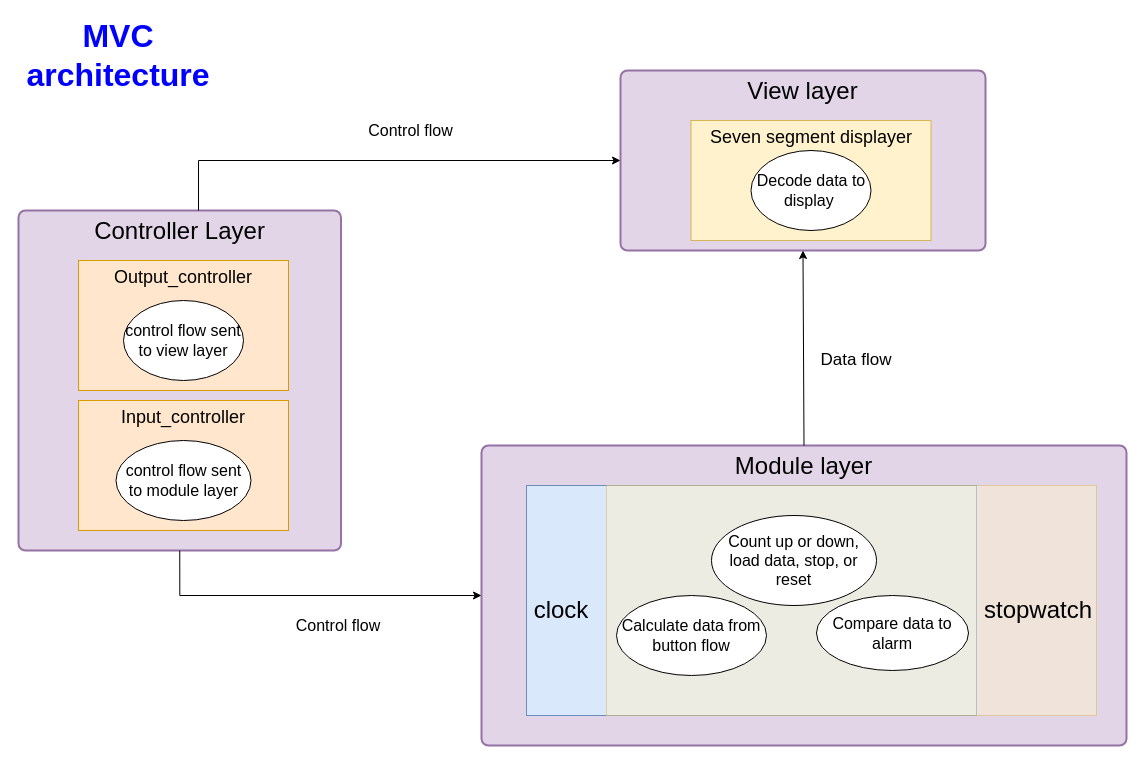
Above: Diagrams/Assignment1_system_architecture.drawio in 1102131860/EEE339 (draw.io), before the change. Source tidied: cells renumbered, new cells numbered last; positions are measured from the earlier drawing's top-left corner, leaving out a move shared by most shapes. Both pictures are drawn from the tidied source at 100%, with x=0, y=0 at pixel (18, 20).
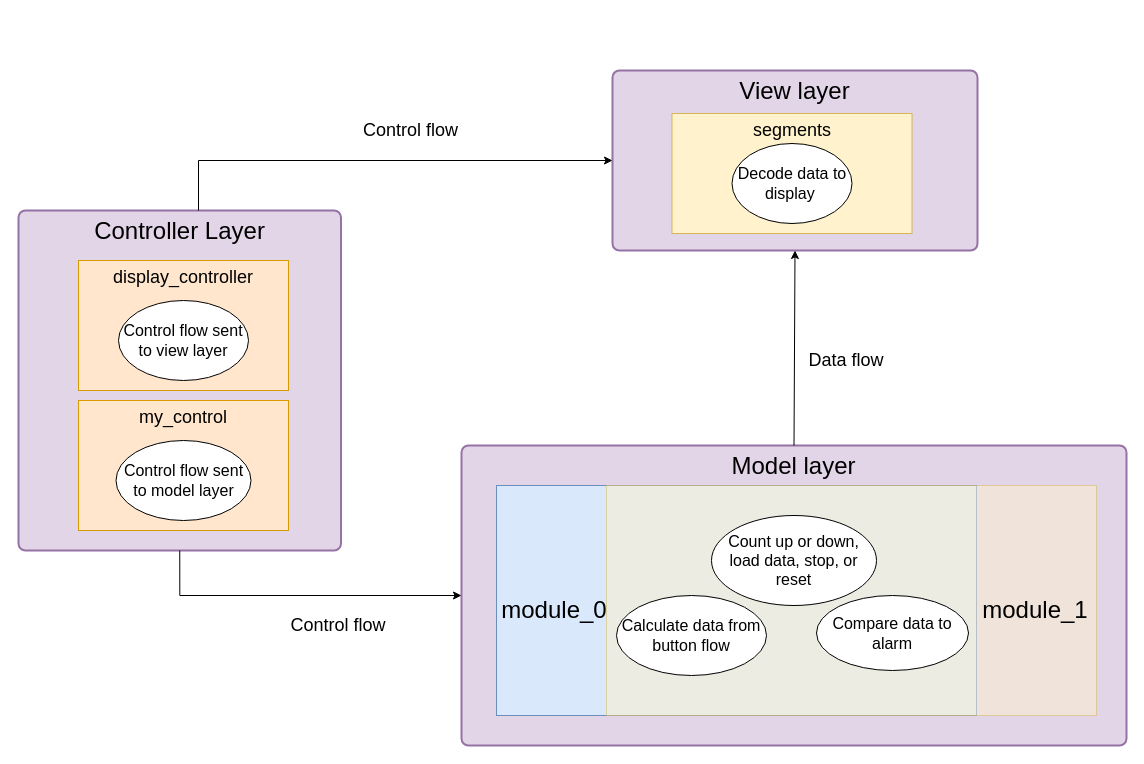
The same page after the edit.

The change refers to these unchanged cells:
```xml
<mxCell id="5" style="group;" parent="1" vertex="1">
  <mxGeometry x="60" y="380" width="210" height="130" as="geometry" />
</mxCell>
<mxCell id="8" style="group;" parent="1" vertex="1">
  <mxGeometry x="60" y="240" width="210" height="130" as="geometry" />
</mxCell>
<mxCell id="11" style="group;" parent="1" vertex="1">
  <mxGeometry x="498" y="465" width="580" height="230" as="geometry" />
</mxCell>
```

Diff of the diagram source:
```diff
@@
-    <mxCell id="3" value="&lt;font style=&quot;font-size: 24px;&quot;&gt;Module layer&lt;/font&gt;" style="rounded=1;whiteSpace=wrap;html=1;absoluteArcSize=1;arcSize=14;strokeWidth=2;verticalAlign=top;fillColor=#e1d5e7;strokeColor=#9673a6;" parent="1" vertex="1">
-      <mxGeometry x="463" y="425" width="645" height="300" as="geometry" />
+    <mxCell id="3" value="&lt;font style=&quot;font-size: 24px;&quot;&gt;Model layer&lt;/font&gt;" style="rounded=1;whiteSpace=wrap;html=1;absoluteArcSize=1;arcSize=14;strokeWidth=2;verticalAlign=top;fillColor=#e1d5e7;strokeColor=#9673a6;" parent="1" vertex="1">
+      <mxGeometry x="443" y="425" width="665" height="300" as="geometry" />
     </mxCell>
     <mxCell id="4" value="&lt;font style=&quot;font-size: 24px;&quot;&gt;View layer&lt;/font&gt;" style="rounded=1;whiteSpace=wrap;html=1;absoluteArcSize=1;arcSize=14;strokeWidth=2;verticalAlign=top;fillColor=#e1d5e7;strokeColor=#9673a6;" parent="1" vertex="1">
-      <mxGeometry x="602" y="50" width="365" height="180" as="geometry" />
+      <mxGeometry x="594" y="50" width="365" height="180" as="geometry" />
     </mxCell>
@@
-    <mxCell id="6" value="&lt;font style=&quot;font-size: 18px;&quot;&gt;Input_controller&lt;/font&gt;" style="rounded=0;whiteSpace=wrap;html=1;verticalAlign=top;fillColor=#ffe6cc;strokeColor=#d79b00;" parent="5" vertex="1">
+    <mxCell id="6" value="&lt;font style=&quot;font-size: 18px;&quot;&gt;my_control&lt;/font&gt;" style="rounded=0;whiteSpace=wrap;html=1;verticalAlign=top;fillColor=#ffe6cc;strokeColor=#d79b00;" parent="5" vertex="1">
       <mxGeometry width="210" height="130" as="geometry" />
     </mxCell>
-    <mxCell id="7" value="&lt;font style=&quot;font-size: 16px;&quot;&gt;control flow sent to module layer&lt;/font&gt;" style="ellipse;whiteSpace=wrap;html=1;" parent="5" vertex="1">
+    <mxCell id="7" value="&lt;font style=&quot;font-size: 16px;&quot;&gt;Control flow sent to model layer&lt;/font&gt;" style="ellipse;whiteSpace=wrap;html=1;" parent="5" vertex="1">
       <mxGeometry x="37.5" y="40" width="135" height="80" as="geometry" />
     </mxCell>
@@
-    <mxCell id="9" value="&lt;span style=&quot;font-size: 18px;&quot;&gt;Output_controller&lt;/span&gt;" style="rounded=0;whiteSpace=wrap;html=1;verticalAlign=top;fillColor=#ffe6cc;strokeColor=#d79b00;" parent="8" vertex="1">
+    <mxCell id="9" value="&lt;span style=&quot;font-size: 18px;&quot;&gt;display_controller&lt;/span&gt;" style="rounded=0;whiteSpace=wrap;html=1;verticalAlign=top;fillColor=#ffe6cc;strokeColor=#d79b00;" parent="8" vertex="1">
       <mxGeometry width="210" height="130" as="geometry" />
     </mxCell>
-    <mxCell id="10" value="&lt;font style=&quot;font-size: 16px;&quot;&gt;control flow sent to view layer&lt;/font&gt;" style="ellipse;whiteSpace=wrap;html=1;" parent="8" vertex="1">
-      <mxGeometry x="45" y="40" width="120" height="80" as="geometry" />
+    <mxCell id="10" value="&lt;font style=&quot;font-size: 16px;&quot;&gt;Control flow sent to view layer&lt;/font&gt;" style="ellipse;whiteSpace=wrap;html=1;" parent="8" vertex="1">
+      <mxGeometry x="40" y="40" width="130" height="80" as="geometry" />
     </mxCell>
@@
     <mxCell id="12" style="rounded=0;whiteSpace=wrap;html=1;fillColor=#dae8fc;strokeColor=#6c8ebf;" parent="11" vertex="1">
-      <mxGeometry x="10" width="450" height="230" as="geometry" />
+      <mxGeometry x="-20" width="480" height="230" as="geometry" />
     </mxCell>
@@
-    <mxCell id="17" value="&lt;font style=&quot;font-size: 24px;&quot;&gt;clock&lt;/font&gt;" style="text;html=1;strokeColor=none;fillColor=none;align=center;verticalAlign=middle;whiteSpace=wrap;rounded=0;" parent="11" vertex="1">
-      <mxGeometry x="-10" y="95" width="110" height="60" as="geometry" />
+    <mxCell id="17" value="&lt;font style=&quot;font-size: 24px;&quot;&gt;module_0&lt;/font&gt;" style="text;html=1;strokeColor=none;fillColor=none;align=center;verticalAlign=middle;whiteSpace=wrap;rounded=0;" parent="11" vertex="1">
+      <mxGeometry x="-17" y="95" width="110" height="60" as="geometry" />
     </mxCell>
-    <mxCell id="18" value="&lt;font style=&quot;font-size: 24px;&quot;&gt;stopwatch&lt;/font&gt;" style="text;html=1;strokeColor=none;fillColor=none;align=center;verticalAlign=middle;whiteSpace=wrap;rounded=0;" parent="11" vertex="1">
-      <mxGeometry x="452" y="95" width="140" height="60" as="geometry" />
+    <mxCell id="18" value="&lt;font style=&quot;font-size: 24px;&quot;&gt;module_1&lt;/font&gt;" style="text;html=1;strokeColor=none;fillColor=none;align=center;verticalAlign=middle;whiteSpace=wrap;rounded=0;" parent="11" vertex="1">
+      <mxGeometry x="449" y="95" width="140" height="60" as="geometry" />
     </mxCell>
-    <mxCell id="19" value="&lt;font style=&quot;font-size: 18px;&quot;&gt;Seven segment displayer&lt;/font&gt;" style="rounded=0;whiteSpace=wrap;html=1;verticalAlign=top;fillColor=#fff2cc;strokeColor=#d6b656;" parent="1" vertex="1">
-      <mxGeometry x="672.5" y="100" width="240" height="120" as="geometry" />
+    <mxCell id="19" value="&lt;font style=&quot;font-size: 18px;&quot;&gt;segments&lt;/font&gt;" style="rounded=0;whiteSpace=wrap;html=1;verticalAlign=top;fillColor=#fff2cc;strokeColor=#d6b656;" parent="1" vertex="1">
+      <mxGeometry x="653.5" y="93" width="240" height="120" as="geometry" />
     </mxCell>
     <mxCell id="20" value="&lt;font style=&quot;font-size: 16px;&quot;&gt;Decode data to display&amp;nbsp;&lt;/font&gt;" style="ellipse;whiteSpace=wrap;html=1;" parent="1" vertex="1">
-      <mxGeometry x="732.5" y="130" width="120" height="80" as="geometry" />
+      <mxGeometry x="713.5" y="123" width="120" height="80" as="geometry" />
     </mxCell>
@@
-    <mxCell id="24" value="&lt;font style=&quot;font-size: 17px;&quot;&gt;Data flow&lt;/font&gt;" style="text;html=1;strokeColor=none;fillColor=none;align=center;verticalAlign=middle;whiteSpace=wrap;rounded=0;rotation=0;" parent="1" vertex="1">
-      <mxGeometry x="783" y="310" width="110" height="60" as="geometry" />
+    <mxCell id="24" value="&lt;font style=&quot;font-size: 18px;&quot;&gt;Data flow&lt;/font&gt;" style="text;html=1;strokeColor=none;fillColor=none;align=center;verticalAlign=middle;whiteSpace=wrap;rounded=0;rotation=0;" parent="1" vertex="1">
+      <mxGeometry x="773" y="310" width="110" height="60" as="geometry" />
     </mxCell>
-    <mxCell id="25" value="&lt;font style=&quot;font-size: 16px;&quot;&gt;Control flow&lt;/font&gt;" style="text;html=1;strokeColor=none;fillColor=none;align=center;verticalAlign=middle;whiteSpace=wrap;rounded=0;" parent="1" vertex="1">
+    <mxCell id="25" value="&lt;font style=&quot;font-size: 18px;&quot;&gt;Control flow&lt;/font&gt;" style="text;html=1;strokeColor=none;fillColor=none;align=center;verticalAlign=middle;whiteSpace=wrap;rounded=0;" parent="1" vertex="1">
       <mxGeometry x="250" y="580" width="140" height="50" as="geometry" />
     </mxCell>
-    <mxCell id="26" value="&lt;font style=&quot;font-size: 16px;&quot;&gt;Control flow&lt;/font&gt;" style="text;html=1;strokeColor=none;fillColor=none;align=center;verticalAlign=middle;whiteSpace=wrap;rounded=0;" parent="1" vertex="1">
+    <mxCell id="26" value="&lt;font style=&quot;font-size: 18px;&quot;&gt;Control flow&lt;/font&gt;" style="text;html=1;strokeColor=none;fillColor=none;align=center;verticalAlign=middle;whiteSpace=wrap;rounded=0;" parent="1" vertex="1">
       <mxGeometry x="340" y="90" width="105" height="40" as="geometry" />
     </mxCell>
-    <mxCell id="27" value="&lt;font color=&quot;#0000ff&quot; style=&quot;font-size: 32px;&quot;&gt;&lt;b&gt;MVC architecture&lt;/b&gt;&lt;/font&gt;" style="text;html=1;strokeColor=none;fillColor=none;align=center;verticalAlign=middle;whiteSpace=wrap;rounded=0;" parent="1" vertex="1">
-      <mxGeometry width="200" height="70" as="geometry" />
-    </mxCell>
```
